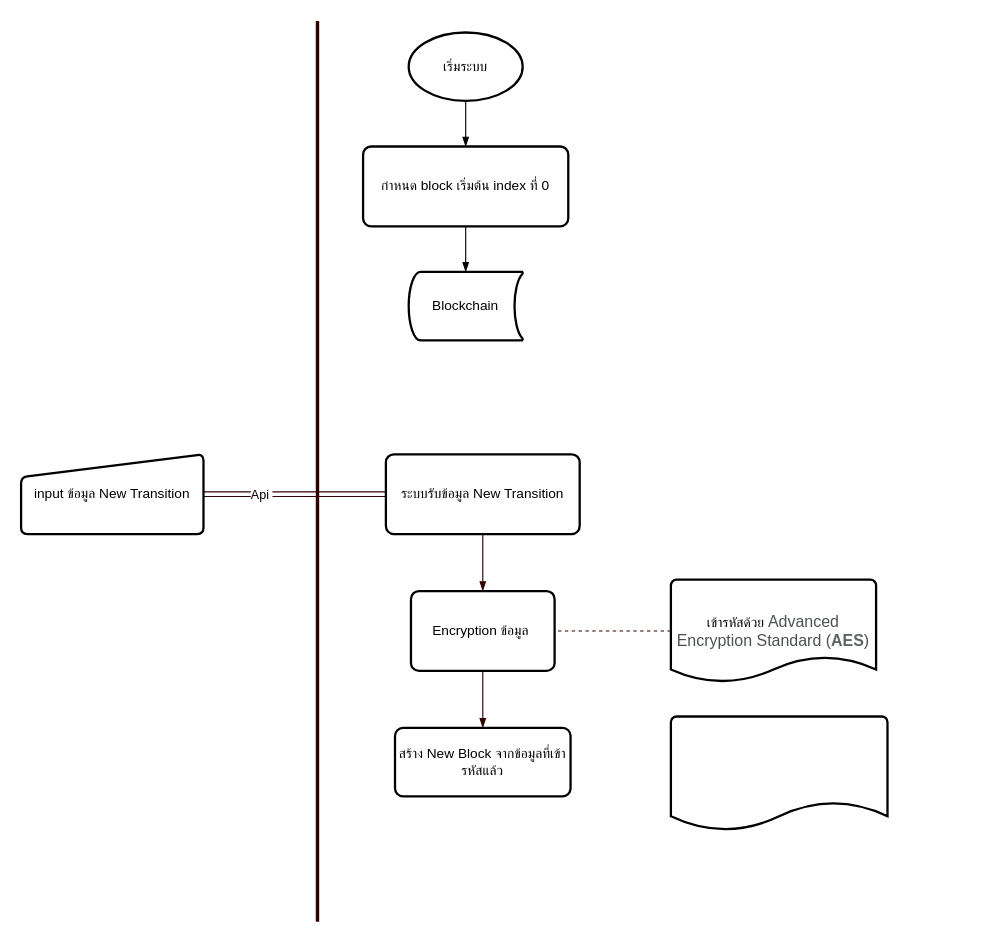
This is doc/Untitled Diagram.drawio from pokpack/EMR, a draw.io file, before an edit. Source tidied: cells renumbered, new cells numbered last; positions are measured from the earlier drawing's top-left corner, leaving out a move shared by most shapes. Both pictures are drawn from the tidied source at 114%, with x=0, y=0 at pixel (21, 21).
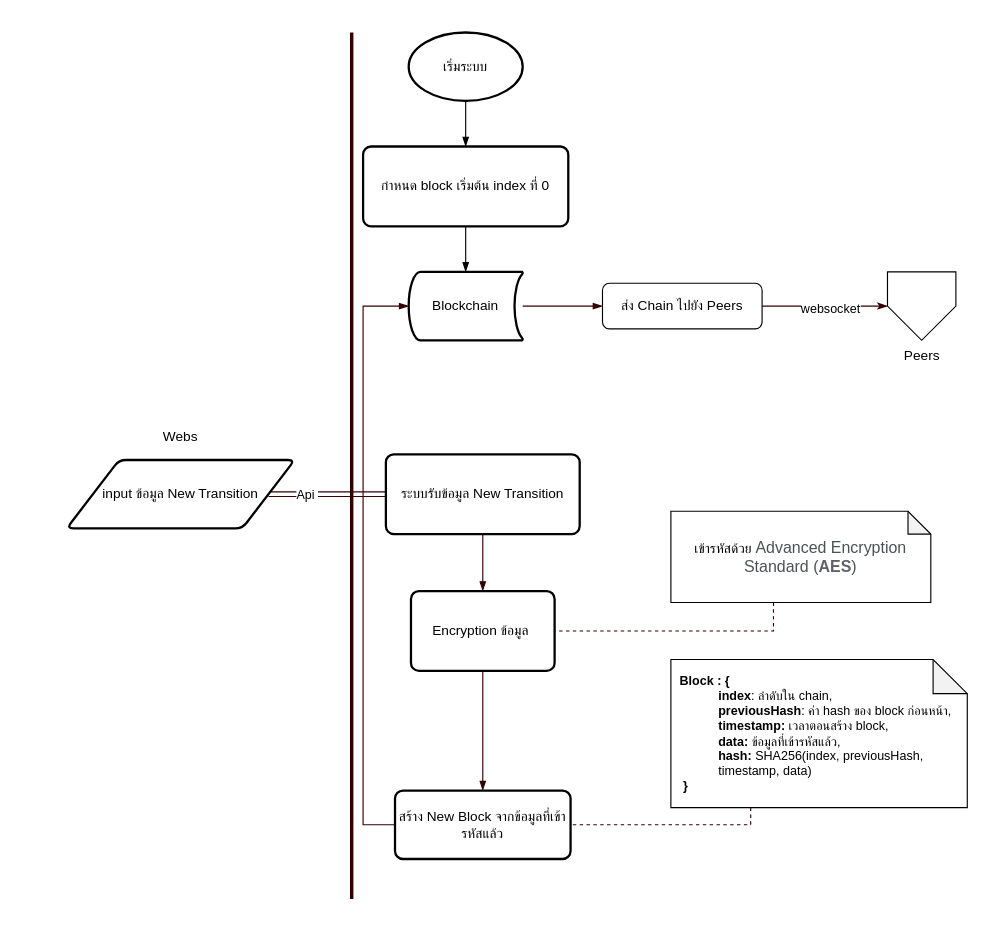
The same page after the edit.

Unchanged cells that the change refers to:
```xml
<mxCell id="6" style="edgeStyle=orthogonalEdgeStyle;rounded=0;jettySize=auto;html=1;strokeColor=#330000;strokeWidth=1;endArrow=blockThin;endFill=1;shape=link;" parent="1" edge="1" source="8" target="11">
  <mxGeometry relative="1" as="geometry" />
</mxCell>
<mxCell id="9" value="Blockchain" style="strokeWidth=2;html=1;shape=mxgraph.flowchart.stored_data;whiteSpace=wrap;" parent="1" vertex="1">
  <mxGeometry x="340" y="220" width="100" height="60" as="geometry" />
</mxCell>
<mxCell id="14" value="Encryption ข้อมูล&amp;nbsp;" style="rounded=1;whiteSpace=wrap;html=1;absoluteArcSize=1;arcSize=14;strokeWidth=2;" parent="1" vertex="1">
  <mxGeometry x="342" y="500" width="126" height="70" as="geometry" />
</mxCell>
```

The edit, as a diff of the source:
```diff
@@
     <mxCell id="7" value="Api&amp;nbsp;" style="edgeLabel;html=1;align=center;verticalAlign=middle;" parent="6" vertex="1">
       <mxGeometry x="0.24" y="-1" relative="1" as="geometry">
-        <mxPoint x="-49" y="-1" as="offset" />
+        <mxPoint x="-30.7" y="-1" as="offset" />
       </mxGeometry>
     </mxCell>
-    <mxCell id="8" value="&lt;span&gt;input ข้อมูล New Transition&lt;/span&gt;" style="html=1;strokeWidth=2;shape=manualInput;whiteSpace=wrap;rounded=1;size=20;arcSize=11;" parent="1" vertex="1">
-      <mxGeometry y="380" width="160" height="70" as="geometry" />
-    </mxCell>
+    <mxCell id="19" style="edgeStyle=orthogonalEdgeStyle;rounded=0;jettySize=auto;html=1;endArrow=blockThin;endFill=1;strokeColor=#330000;strokeWidth=1;" parent="1" edge="1" source="9" target="24">
+      <mxGeometry relative="1" as="geometry" />
+    </mxCell>
@@
-    <mxCell id="12" style="endArrow=none;html=1;strokeColor=#330000;strokeWidth=3;" parent="1" edge="1">
-      <mxGeometry relative="1" as="geometry">
-        <mxPoint x="260" y="790" as="sourcePoint" />
-        <mxPoint x="260" as="targetPoint" />
-      </mxGeometry>
-    </mxCell>
@@
-    <mxCell id="15" style="edgeStyle=orthogonalEdgeStyle;rounded=0;jettySize=auto;html=1;strokeColor=#330000;strokeWidth=1;endArrow=none;endFill=0;dashed=1;" parent="1" edge="1" source="16" target="14">
-      <mxGeometry relative="1" as="geometry" />
+    <mxCell id="15" style="edgeStyle=orthogonalEdgeStyle;rounded=0;jettySize=auto;html=1;endArrow=none;endFill=0;strokeColor=#330000;strokeWidth=1;dashed=1;entryX=1;entryY=0.5;entryDx=0;entryDy=0;" parent="1" edge="1" source="16" target="14">
+      <mxGeometry relative="1" as="geometry">
+        <Array as="points">
+          <mxPoint x="660" y="535" />
+        </Array>
+      </mxGeometry>
     </mxCell>
+    <mxCell id="20" style="edgeStyle=orthogonalEdgeStyle;rounded=0;jettySize=auto;html=1;entryX=0;entryY=0.5;entryDx=0;entryDy=0;entryPerimeter=0;endArrow=blockThin;endFill=1;strokeColor=#330000;strokeWidth=1;" parent="1" edge="1" source="17" target="9">
+      <mxGeometry relative="1" as="geometry">
+        <Array as="points">
+          <mxPoint x="300" y="705" />
+          <mxPoint x="300" y="250" />
+        </Array>
+      </mxGeometry>
+    </mxCell>
+    <mxCell id="17" value="สร้าง New Block จากข้อมูลที่เข้ารหัสแล้ว" style="rounded=1;whiteSpace=wrap;html=1;absoluteArcSize=1;arcSize=14;strokeWidth=2;" parent="1" vertex="1">
+      <mxGeometry x="328" y="675" width="154" height="60" as="geometry" />
+    </mxCell>
+    <mxCell id="21" style="edgeStyle=orthogonalEdgeStyle;rounded=0;jettySize=auto;html=1;endArrow=none;endFill=0;strokeColor=#330000;strokeWidth=1;dashed=1;" parent="1" edge="1" source="27" target="17">
+      <mxGeometry relative="1" as="geometry">
+        <Array as="points">
+          <mxPoint x="640" y="705" />
+        </Array>
+      </mxGeometry>
+    </mxCell>
+    <mxCell id="22" style="edgeStyle=orthogonalEdgeStyle;rounded=0;jettySize=auto;html=1;endArrow=classicThin;endFill=1;strokeColor=#330000;strokeWidth=1;" parent="1" edge="1" source="24" target="25">
+      <mxGeometry relative="1" as="geometry" />
+    </mxCell>
+    <mxCell id="23" value="websocket" style="edgeLabel;html=1;align=center;verticalAlign=middle;horizontal=1;" parent="22" vertex="1">
+      <mxGeometry x="0.06" y="-2" relative="1" as="geometry">
+        <mxPoint x="1" as="offset" />
+      </mxGeometry>
+    </mxCell>
+    <mxCell id="24" value="ส่ง Chain ไปยัง Peers" style="rounded=1;whiteSpace=wrap;html=1;" parent="1" vertex="1">
+      <mxGeometry x="510" y="230" width="140" height="40" as="geometry" />
+    </mxCell>
+    <mxCell id="25" value="Peers" style="verticalLabelPosition=bottom;verticalAlign=top;html=1;shape=offPageConnector;rounded=0;size=0.5;" parent="1" vertex="1">
+      <mxGeometry x="760" y="220" width="60" height="60" as="geometry" />
+    </mxCell>
-    <mxCell id="16" value="เข้ารหัสด้วย&amp;nbsp;&lt;span style=&quot;color: rgb(77 , 81 , 86) ; font-family: &amp;#34;arial&amp;#34; , sans-serif ; font-size: 14px ; text-align: left ; background-color: rgb(255 , 255 , 255)&quot;&gt;Advanced Encryption Standard (&lt;/span&gt;&lt;span style=&quot;font-weight: bold ; color: rgb(95 , 99 , 104) ; font-family: &amp;#34;arial&amp;#34; , sans-serif ; font-size: 14px ; text-align: left ; background-color: rgb(255 , 255 , 255)&quot;&gt;AES&lt;/span&gt;&lt;span style=&quot;color: rgb(77 , 81 , 86) ; font-family: &amp;#34;arial&amp;#34; , sans-serif ; font-size: 14px ; text-align: left ; background-color: rgb(255 , 255 , 255)&quot;&gt;)&lt;/span&gt;" style="strokeWidth=2;html=1;shape=mxgraph.flowchart.document2;whiteSpace=wrap;size=0.25;" parent="1" vertex="1">
-      <mxGeometry x="570" y="490" width="180" height="90" as="geometry" />
+    <mxCell id="16" value="&lt;span&gt;เข้ารหัสด้วย&amp;nbsp;&lt;/span&gt;&lt;span style=&quot;color: rgb(77 , 81 , 86) ; font-family: &amp;#34;arial&amp;#34; , sans-serif ; font-size: 14px ; text-align: left ; background-color: rgb(255 , 255 , 255)&quot;&gt;Advanced Encryption Standard (&lt;/span&gt;&lt;span style=&quot;font-weight: bold ; color: rgb(95 , 99 , 104) ; font-family: &amp;#34;arial&amp;#34; , sans-serif ; font-size: 14px ; text-align: left ; background-color: rgb(255 , 255 , 255)&quot;&gt;AES&lt;/span&gt;&lt;span style=&quot;color: rgb(77 , 81 , 86) ; font-family: &amp;#34;arial&amp;#34; , sans-serif ; font-size: 14px ; text-align: left ; background-color: rgb(255 , 255 , 255)&quot;&gt;)&lt;/span&gt;" style="shape=note;whiteSpace=wrap;html=1;backgroundOutline=1;darkOpacity=0.05;size=20;" parent="1" vertex="1">
+      <mxGeometry x="570" y="430" width="228" height="80" as="geometry" />
     </mxCell>
-    <mxCell id="17" value="สร้าง New Block จากข้อมูลที่เข้ารหัสแล้ว" style="rounded=1;whiteSpace=wrap;html=1;absoluteArcSize=1;arcSize=14;strokeWidth=2;" parent="1" vertex="1">
-      <mxGeometry x="328" y="620" width="154" height="60" as="geometry" />
-    </mxCell>
-    <mxCell id="18" style="strokeWidth=2;html=1;shape=mxgraph.flowchart.document2;whiteSpace=wrap;size=0.25;" parent="1" vertex="1">
-      <mxGeometry x="570" y="610" width="190" height="100" as="geometry" />
-    </mxCell>
+    <mxCell id="8" value="&lt;span&gt;input ข้อมูล New Transition&lt;/span&gt;" style="shape=parallelogram;html=1;strokeWidth=2;perimeter=parallelogramPerimeter;whiteSpace=wrap;rounded=1;arcSize=12;size=0.23;" parent="1" vertex="1">
+      <mxGeometry x="40" y="385" width="200" height="60" as="geometry" />
+    </mxCell>
+    <mxCell id="26" value="&lt;span&gt;Webs&lt;/span&gt;" style="text;html=1;strokeColor=none;fillColor=none;align=center;verticalAlign=middle;whiteSpace=wrap;rounded=0;" parent="1" vertex="1">
+      <mxGeometry x="110" y="355" width="60" height="20" as="geometry" />
+    </mxCell>
+    <mxCell id="27" value="&lt;div style=&quot;font-size: 11px&quot;&gt;&lt;b&gt;&amp;nbsp; Block : {&lt;/b&gt;&lt;/div&gt;&lt;blockquote style=&quot;margin: 0px 0px 0px 40px ; border: none ; padding: 0px ; font-size: 11px&quot;&gt;&lt;b&gt;index&lt;/b&gt;: ลำดับใน chain,&lt;/blockquote&gt;&lt;blockquote style=&quot;margin: 0px 0px 0px 40px ; border: none ; padding: 0px ; font-size: 11px&quot;&gt;&lt;b&gt;previousHash&lt;/b&gt;: ค่า hash ของ block ก่อนหน้า,&lt;/blockquote&gt;&lt;blockquote style=&quot;margin: 0px 0px 0px 40px ; border: none ; padding: 0px ; font-size: 11px&quot;&gt;&lt;b&gt;timestamp:&amp;nbsp;&lt;/b&gt;เวลาตอนสร้าง block,&lt;/blockquote&gt;&lt;blockquote style=&quot;margin: 0px 0px 0px 40px ; border: none ; padding: 0px ; font-size: 11px&quot;&gt;&lt;b&gt;data:&amp;nbsp;&lt;/b&gt;ข้อมูลที่เข้ารหัสแล้ว,&lt;/blockquote&gt;&lt;blockquote style=&quot;margin: 0px 0px 0px 40px ; border: none ; padding: 0px ; font-size: 11px&quot;&gt;&lt;b&gt;hash:&amp;nbsp;&lt;/b&gt;SHA256(index,&amp;nbsp;previousHash, timestamp, data)&amp;nbsp;&lt;/blockquote&gt;&lt;font style=&quot;font-size: 11px&quot;&gt;&lt;div&gt;&lt;b&gt;&amp;nbsp; &amp;nbsp;}&lt;/b&gt;&lt;/div&gt;&lt;/font&gt;" style="shape=note;whiteSpace=wrap;html=1;backgroundOutline=1;darkOpacity=0.05;align=left;" parent="1" vertex="1">
+      <mxGeometry x="570" y="560" width="260" height="130" as="geometry" />
+    </mxCell>
+    <mxCell id="28" style="endArrow=none;html=1;strokeColor=#330000;strokeWidth=3;" parent="1" edge="1">
+      <mxGeometry relative="1" as="geometry">
+        <mxPoint x="290" y="770" as="sourcePoint" />
+        <mxPoint x="290" y="10" as="targetPoint" />
+      </mxGeometry>
+    </mxCell>
```
